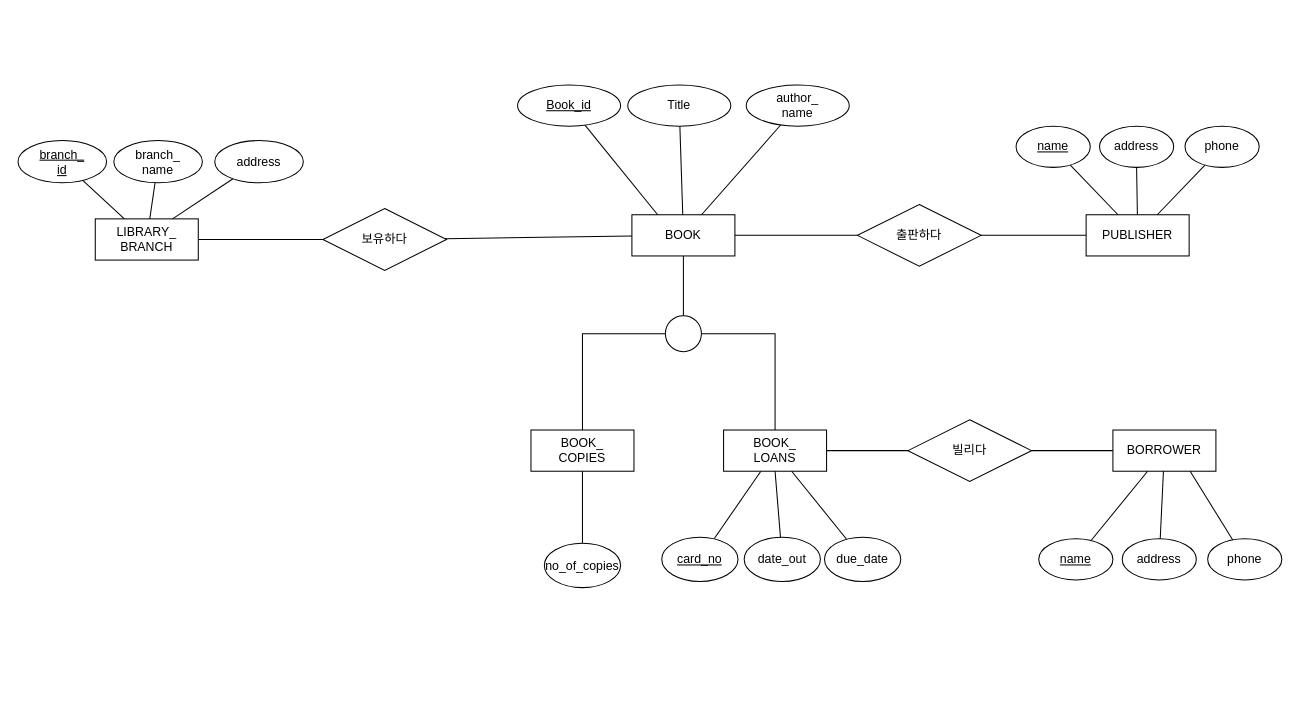
This is DBStudio/DBStudio_Ass9_rdbToEr.drawio from cobinding/draw.io_collection, a draw.io file, before an edit. Source tidied: cells renumbered, new cells numbered last; positions are measured from the earlier drawing's top-left corner, leaving out a move shared by most shapes. Both pictures are drawn from the tidied source at 103%, with x=0, y=0 at pixel (18, 84).
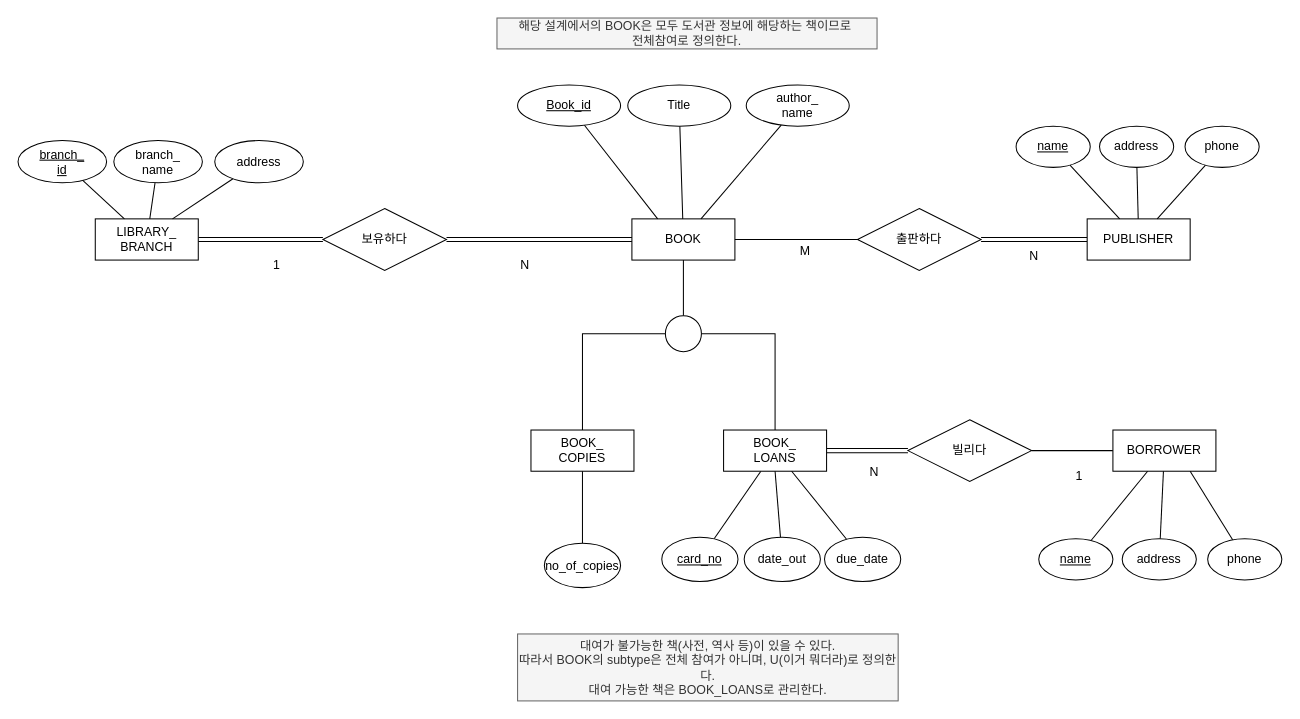
Above is the later version.

The change refers to these unchanged cells:
```xml
<mxCell id="7" value="BOOK_&lt;div&gt;LOANS&lt;/div&gt;" style="whiteSpace=wrap;html=1;align=center;" parent="1" vertex="1">
  <mxGeometry x="685" y="335" width="100" height="40" as="geometry" />
</mxCell>
<mxCell id="13" value="LIBRARY_&lt;div&gt;BRANCH&lt;/div&gt;" style="whiteSpace=wrap;html=1;align=center;" parent="1" vertex="1">
  <mxGeometry x="75" y="130" width="100" height="40" as="geometry" />
</mxCell>
<mxCell id="21" value="보유하다" style="shape=rhombus;perimeter=rhombusPerimeter;whiteSpace=wrap;html=1;align=center;" parent="1" vertex="1">
  <mxGeometry x="296" y="120" width="120" height="60" as="geometry" />
</mxCell>
<mxCell id="36" value="빌리다" style="shape=rhombus;perimeter=rhombusPerimeter;whiteSpace=wrap;html=1;align=center;" parent="1" vertex="1">
  <mxGeometry x="864" y="325" width="120" height="60" as="geometry" />
</mxCell>
```

The edit, as a diff of the source:
```diff
@@
     <mxCell id="3" value="BOOK" style="whiteSpace=wrap;html=1;align=center;" parent="1" vertex="1">
-      <mxGeometry x="596" y="126" width="100" height="40" as="geometry" />
+      <mxGeometry x="596" y="130" width="100" height="40" as="geometry" />
     </mxCell>
@@
-    <mxCell id="5" style="edgeStyle=orthogonalEdgeStyle;rounded=0;jettySize=auto;html=1;entryX=0;entryY=0.5;entryDx=0;entryDy=0;endArrow=none;endFill=0;" parent="1" edge="1" source="7" target="36">
+    <mxCell id="5" style="edgeStyle=orthogonalEdgeStyle;rounded=0;jettySize=auto;html=1;entryX=0;entryY=0.5;entryDx=0;entryDy=0;endArrow=none;endFill=0;shape=link;" parent="1" edge="1" source="7" target="36">
       <mxGeometry relative="1" as="geometry" />
     </mxCell>
@@
-    <mxCell id="12" style="rounded=0;jettySize=auto;html=1;endArrow=none;endFill=0;" parent="1" edge="1" source="13" target="21">
+    <mxCell id="12" style="rounded=0;jettySize=auto;html=1;endArrow=none;endFill=0;shape=link;" parent="1" edge="1" source="13" target="21">
       <mxGeometry relative="1" as="geometry" />
     </mxCell>
@@
-    <mxCell id="20" style="rounded=0;jettySize=auto;html=1;endArrow=none;endFill=0;" parent="1" edge="1" source="21" target="3">
+    <mxCell id="20" style="rounded=0;jettySize=auto;html=1;endArrow=none;endFill=0;shape=link;" parent="1" edge="1" source="21" target="3">
       <mxGeometry relative="1" as="geometry" />
     </mxCell>
@@
-    <mxCell id="22" style="rounded=0;jettySize=auto;html=1;endArrow=none;endFill=0;" parent="1" edge="1" source="23" target="25">
+    <mxCell id="22" style="rounded=0;jettySize=auto;html=1;endArrow=none;endFill=0;shape=link;" parent="1" edge="1" source="23" target="25">
       <mxGeometry relative="1" as="geometry" />
     </mxCell>
     <mxCell id="23" value="PUBLISHER" style="whiteSpace=wrap;html=1;align=center;" parent="1" vertex="1">
-      <mxGeometry x="1037" y="126" width="100" height="40" as="geometry" />
+      <mxGeometry x="1038" y="130" width="100" height="40" as="geometry" />
     </mxCell>
@@
     <mxCell id="25" value="출판하다" style="shape=rhombus;perimeter=rhombusPerimeter;whiteSpace=wrap;html=1;align=center;" parent="1" vertex="1">
-      <mxGeometry x="815" y="116" width="120" height="60" as="geometry" />
+      <mxGeometry x="815" y="120" width="120" height="60" as="geometry" />
     </mxCell>
@@
+    <mxCell id="53" value="해당 설계에서의 BOOK은 모두 도서관 정보에 해당하는 책이므로&amp;nbsp;&lt;div&gt;전체참여로 정의한다.&lt;/div&gt;" style="text;html=1;align=center;verticalAlign=middle;whiteSpace=wrap;rounded=0;fillColor=#f5f5f5;fontColor=#333333;strokeColor=#666666;" parent="1" vertex="1">
+      <mxGeometry x="465" y="-65" width="369" height="30" as="geometry" />
+    </mxCell>
+    <mxCell id="54" value="대여가 불가능한 책(사전, 역사 등)이 있을 수 있다.&lt;div&gt;따라서 BOOK의 subtype은 전체 참여가 아니며,&amp;nbsp;&lt;span style=&quot;background-color: initial;&quot;&gt;U(이거 뭐더라)로 정의한다.&lt;/span&gt;&lt;/div&gt;&lt;div&gt;대여 가능한 책은 BOOK_LOANS로 관리한다.&lt;/div&gt;" style="text;html=1;align=center;verticalAlign=middle;whiteSpace=wrap;rounded=0;fillColor=#f5f5f5;fontColor=#333333;strokeColor=#666666;" parent="1" vertex="1">
+      <mxGeometry x="485" y="533" width="369.5" height="65" as="geometry" />
+    </mxCell>
+    <mxCell id="55" value="N" style="text;html=1;align=center;verticalAlign=middle;strokeColor=none;fillColor=none;" parent="1" vertex="1">
+      <mxGeometry x="817" y="363" width="27" height="26" as="geometry" />
+    </mxCell>
+    <mxCell id="56" value="1" style="text;html=1;align=center;verticalAlign=middle;strokeColor=none;fillColor=none;" parent="1" vertex="1">
+      <mxGeometry x="1017" y="367" width="25" height="26" as="geometry" />
+    </mxCell>
+    <mxCell id="57" value="N" style="text;html=1;align=center;verticalAlign=middle;strokeColor=none;fillColor=none;" parent="1" vertex="1">
+      <mxGeometry x="972" y="153" width="27" height="26" as="geometry" />
+    </mxCell>
+    <mxCell id="58" value="M" style="text;html=1;align=center;verticalAlign=middle;strokeColor=none;fillColor=none;" parent="1" vertex="1">
+      <mxGeometry x="750" y="149" width="28" height="26" as="geometry" />
+    </mxCell>
+    <mxCell id="59" value="N" style="text;html=1;align=center;verticalAlign=middle;strokeColor=none;fillColor=none;" parent="1" vertex="1">
+      <mxGeometry x="478" y="162" width="27" height="26" as="geometry" />
+    </mxCell>
+    <mxCell id="60" value="1" style="text;html=1;align=center;verticalAlign=middle;strokeColor=none;fillColor=none;" parent="1" vertex="1">
+      <mxGeometry x="238" y="162" width="25" height="26" as="geometry" />
+    </mxCell>
```
